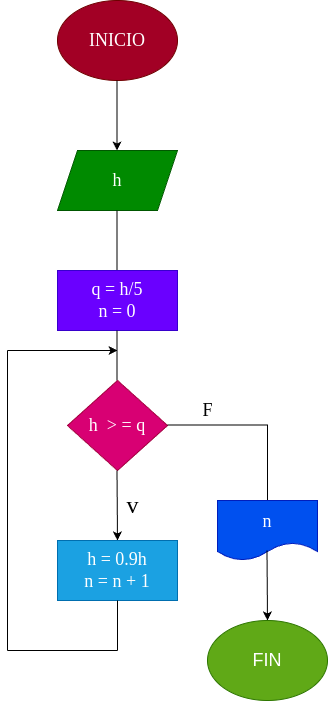
SamyrArchila/While_2 keeps this draw.io diagram as diagrama.png. Above is the earlier version. Source tidied: cells renumbered, new cells last; positions are measured from the earlier drawing's top-left corner, leaving out a move shared by most shapes.
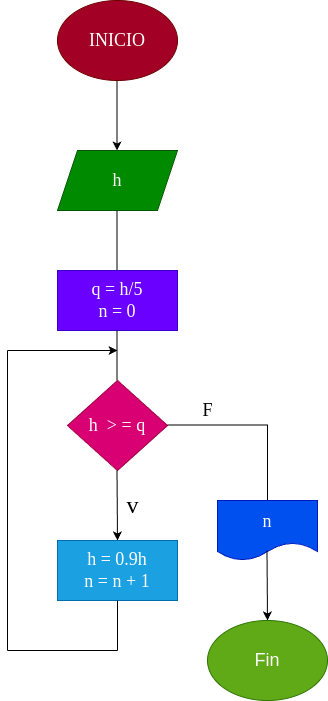
After the change.

The edit, as a diff of the source:
```diff
@@ -86,7 +86,7 @@
         <mxPoint x="260" y="620" as="targetPoint" />
       </mxGeometry>
     </mxCell>
-    <mxCell id="19" value="&lt;font style=&quot;font-size: 18px;&quot;&gt;FIN&lt;/font&gt;" style="ellipse;whiteSpace=wrap;html=1;fillColor=#60a917;fontColor=#ffffff;strokeColor=#2D7600;" parent="1" vertex="1">
+    <mxCell id="19" value="&lt;span style=&quot;font-size: 18px;&quot;&gt;Fin&lt;/span&gt;" style="ellipse;whiteSpace=wrap;html=1;fillColor=#60a917;fontColor=#ffffff;strokeColor=#2D7600;" parent="1" vertex="1">
       <mxGeometry x="200" y="620" width="120" height="80" as="geometry" />
     </mxCell>
     <mxCell id="20" value="&lt;font face=&quot;Tahoma&quot;&gt;F&lt;/font&gt;" style="text;html=1;align=center;verticalAlign=middle;strokeColor=none;fillColor=none;fontSize=18;" parent="1" vertex="1">
```
